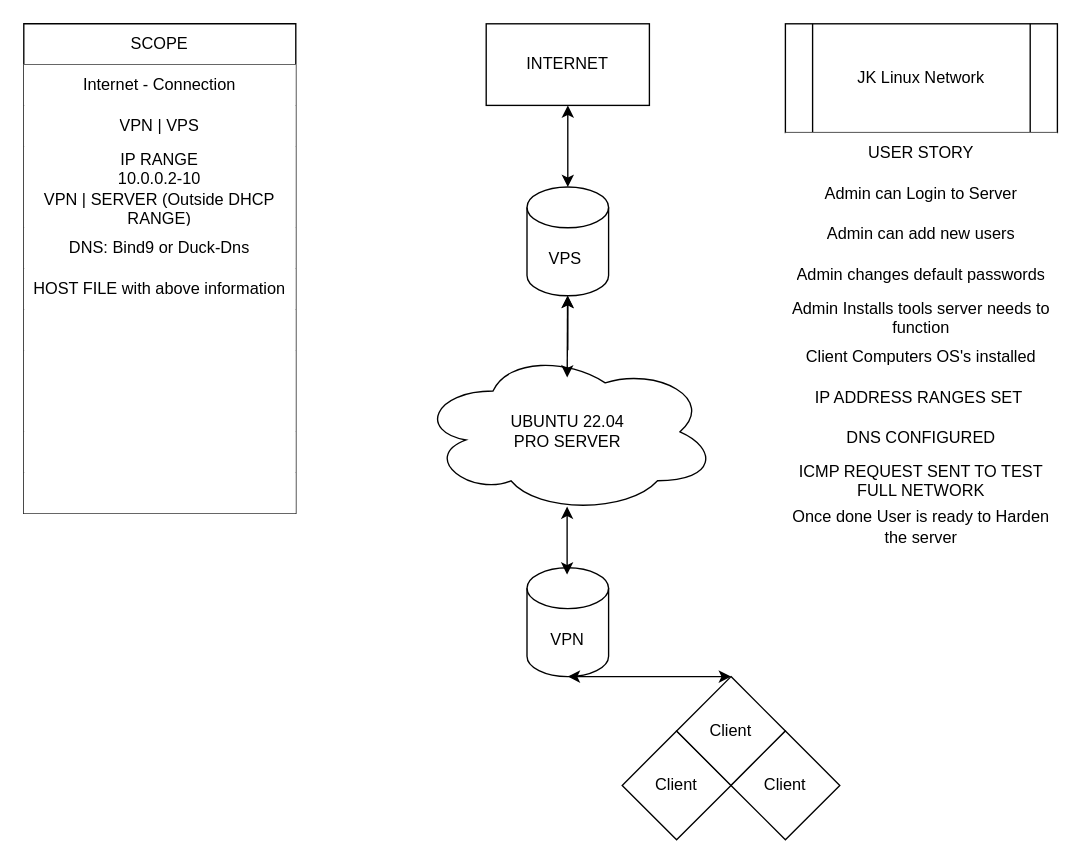
Above: NetworkingCapstone.drawio in WiseTechLTS/Wcjc_Network_Troubleshooting_Capstone (draw.io), before the change. Source tidied: cells renumbered, new cells numbered last; positions are measured from the earlier drawing's top-left corner, leaving out a move shared by most shapes. Both pictures are drawn from the tidied source at 136%, with x=0, y=0 at pixel (23, 23).
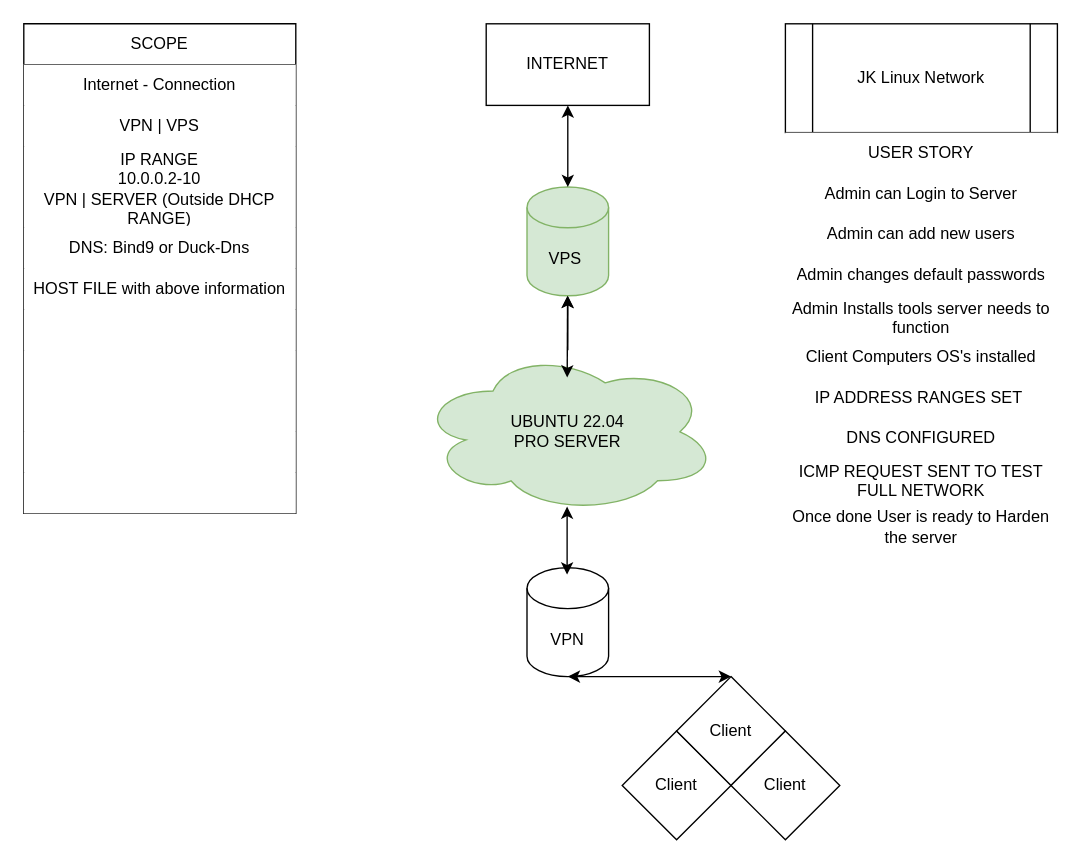
The same diagram, later.

What changed in the source:
```diff
@@
-    <mxCell id="3" value="UBUNTU 22.04&lt;div&gt;PRO SERVER&lt;/div&gt;" style="ellipse;shape=cloud;whiteSpace=wrap;html=1;" parent="1" vertex="1">
+    <mxCell id="3" value="UBUNTU 22.04&lt;div&gt;PRO SERVER&lt;/div&gt;" style="ellipse;shape=cloud;whiteSpace=wrap;html=1;fillColor=#d5e8d4;strokeColor=#82b366;" parent="1" vertex="1">
       <mxGeometry x="290" y="240" width="220" height="120" as="geometry" />
     </mxCell>
-    <mxCell id="4" value="VPS&amp;nbsp;" style="shape=cylinder3;whiteSpace=wrap;html=1;boundedLbl=1;backgroundOutline=1;size=15;" parent="1" vertex="1">
+    <mxCell id="4" value="VPS&amp;nbsp;" style="shape=cylinder3;whiteSpace=wrap;html=1;boundedLbl=1;backgroundOutline=1;size=15;fillColor=#d5e8d4;strokeColor=#82b366;" parent="1" vertex="1">
       <mxGeometry x="370" y="120" width="60" height="80" as="geometry" />
     </mxCell>
```
